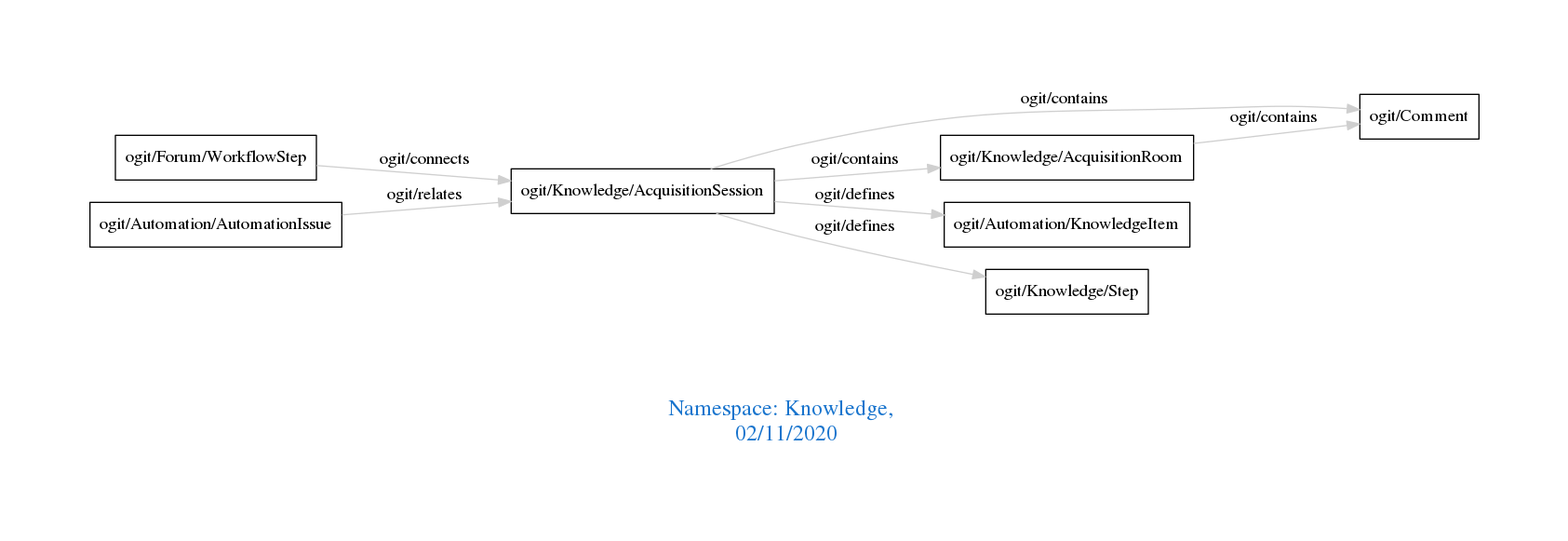
Above: downloads/Knowledge.png in arago/OGIT (Graphviz), before the change. Its source is kept beside it as downloads/Knowledge.dot.
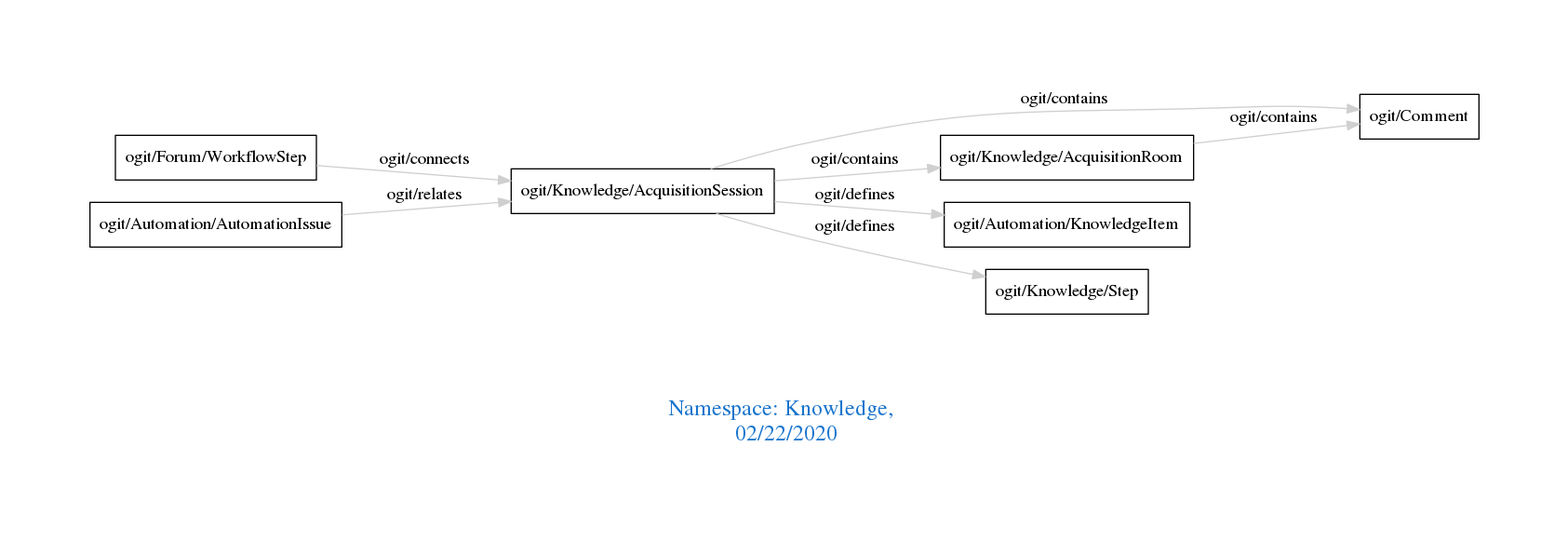
After the change.

The edit, as a diff of the source:
```diff
@@ -1,7 +1,7 @@
 digraph OGIT_ontology {
  graph [ rankdir= LR,pad=1
 fontsize = 18,
-fontcolor= dodgerblue3,label = "\n\n\nNamespace: Knowledge, \n 02/11/2020"];
+fontcolor= dodgerblue3,label = "\n\n\nNamespace: Knowledge, \n 02/22/2020"];
 node[shape=polygon];
 edge [  color="gray81"];
 
```
